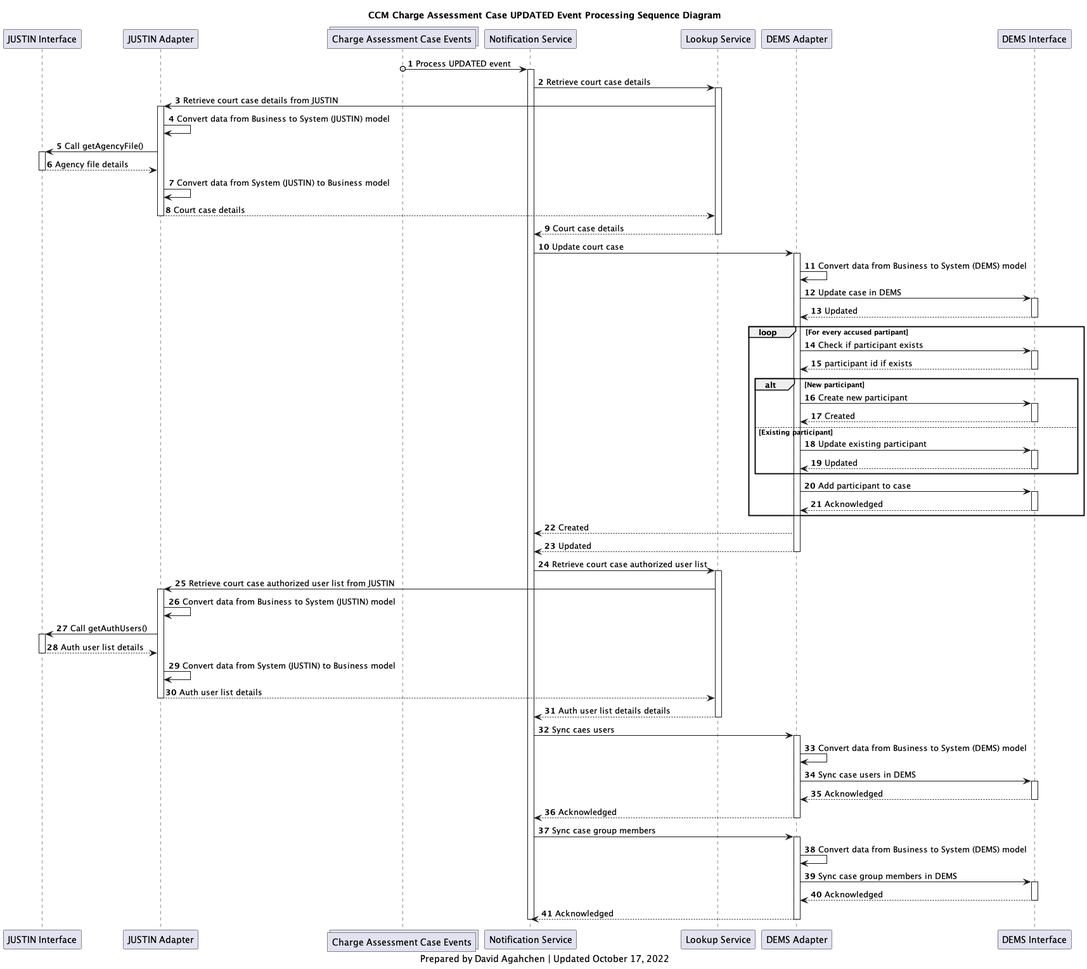
Above: diagrams/img/ccm_charge_assessment_case_updated_processing_sequence_diagram.png in bcgov/jpss-jade-ccm (PlantUML), before the change. The source it was exported from:
```plantuml
@startuml
participant j_interface as "JUSTIN Interface"
participant j_adapter as "JUSTIN Adapter"
collections court_cases_topic as "Charge Assessment Case Events"
participant case_notification_service as "Notification Service"
participant case_lookup_service as "Lookup Service"
participant d_adapter as "DEMS Adapter"
participant d_interface as "DEMS Interface"

title
CCM Charge Assessment Case UPDATED Event Processing Sequence Diagram
end title

autonumber

court_cases_topic o-> case_notification_service : Process UPDATED event
activate case_notification_service
case_notification_service -> case_lookup_service: Retrieve court case details
activate case_lookup_service
case_lookup_service -> j_adapter: Retrieve court case details from JUSTIN

activate j_adapter
j_adapter -> j_adapter: Convert data from Business to System (JUSTIN) model
j_adapter -> j_interface: Call getAgencyFile()
activate j_interface
j_interface --> j_adapter: Agency file details
deactivate j_interface
j_adapter -> j_adapter: Convert data from System (JUSTIN) to Business model
j_adapter --> case_lookup_service: Court case details
deactivate j_adapter

case_lookup_service --> case_notification_service: Court case details
deactivate case_lookup_service
case_notification_service -> d_adapter: Update court case

activate d_adapter
d_adapter -> d_adapter: Convert data from Business to System (DEMS) model
d_adapter -> d_interface: Update case in DEMS
activate d_interface
d_interface --> d_adapter: Updated
deactivate d_interface

loop For every accused partipant
    d_adapter -> d_interface: Check if participant exists
    activate d_interface
    d_interface --> d_adapter: participant id if exists
    deactivate d_interface
    alt New participant
        d_adapter -> d_interface: Create new participant
        activate d_interface
        d_interface --> d_adapter: Created
        deactivate d_interface
    else Existing participant
        d_adapter -> d_interface: Update existing participant
        activate d_interface
        d_interface --> d_adapter: Updated
        deactivate d_interface
    end
    d_adapter -> d_interface: Add participant to case
    activate d_interface
    d_interface --> d_adapter: Acknowledged
    deactivate d_interface
end

d_adapter --> case_notification_service: Created

d_adapter --> case_notification_service: Updated
deactivate d_adapter

case_notification_service -> case_lookup_service: Retrieve court case authorized user list
activate case_lookup_service
case_lookup_service -> j_adapter: Retrieve court case authorized user list from JUSTIN

activate j_adapter
j_adapter -> j_adapter: Convert data from Business to System (JUSTIN) model
j_adapter -> j_interface: Call getAuthUsers()
activate j_interface
j_interface --> j_adapter: Auth user list details
deactivate j_interface
j_adapter -> j_adapter: Convert data from System (JUSTIN) to Business model
j_adapter --> case_lookup_service: Auth user list details
deactivate j_adapter

case_lookup_service --> case_notification_service: Auth user list details details
deactivate case_lookup_service

case_notification_service -> d_adapter: Sync caes users
activate d_adapter
d_adapter -> d_adapter: Convert data from Business to System (DEMS) model
d_adapter -> d_interface: Sync case users in DEMS
activate d_interface
d_interface --> d_adapter: Acknowledged
deactivate d_interface

d_adapter --> case_notification_service: Acknowledged
deactivate d_adapter

case_notification_service -> d_adapter: Sync case group members
activate d_adapter
d_adapter -> d_adapter: Convert data from Business to System (DEMS) model
d_adapter -> d_interface: Sync case group members in DEMS
activate d_interface
d_interface --> d_adapter: Acknowledged
deactivate d_interface
d_adapter --> case_notification_service: Acknowledged
deactivate d_adapter

deactivate case_notification_service

caption
Prepared by David Agahchen | Updated October 17, 2022
end caption
@enduml
```
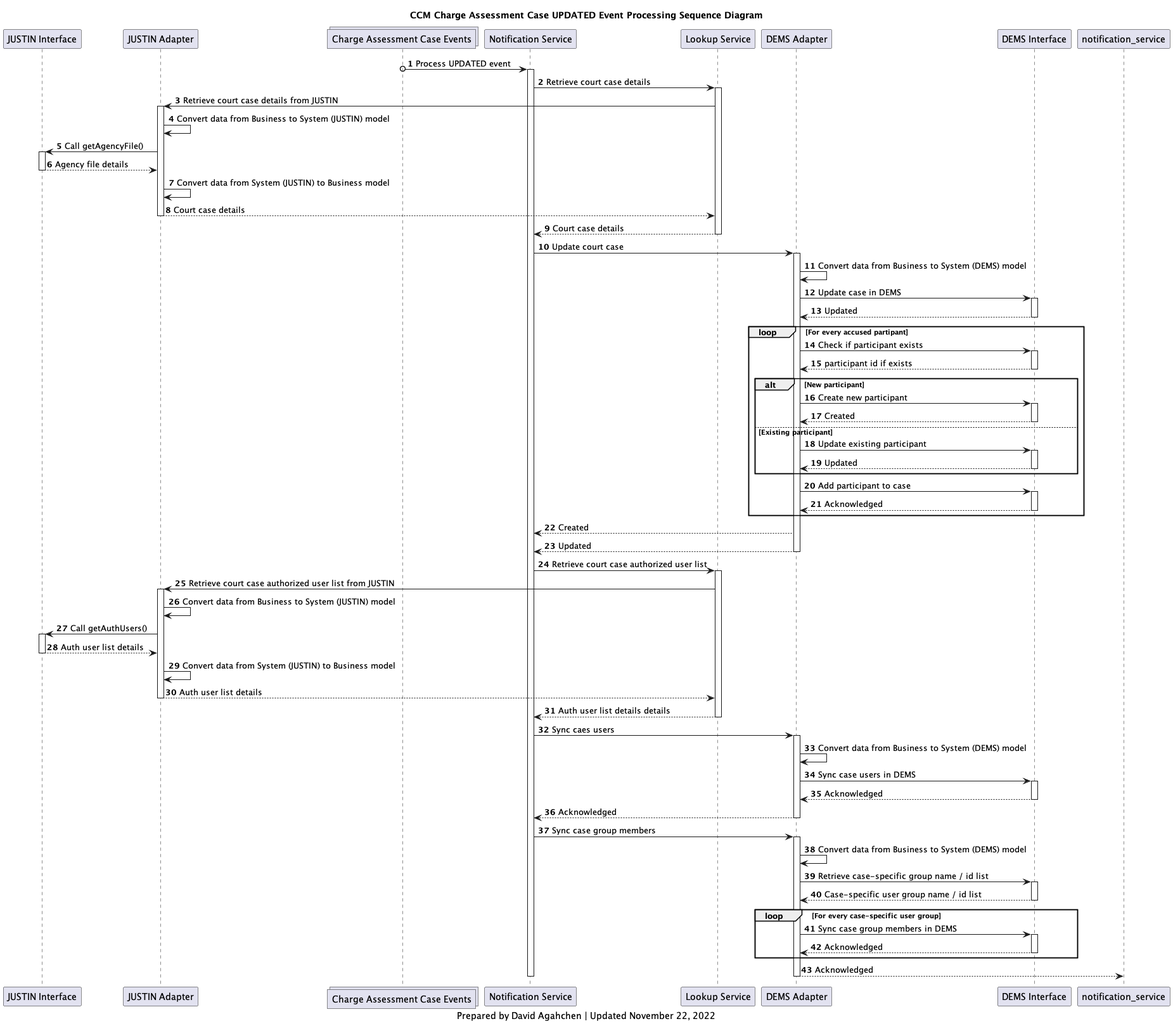
Above is the later version.

The edit, as a diff of the source:
```diff
@@ -98,16 +98,22 @@
 case_notification_service -> d_adapter: Sync case group members
 activate d_adapter
 d_adapter -> d_adapter: Convert data from Business to System (DEMS) model
-d_adapter -> d_interface: Sync case group members in DEMS
+d_adapter -> d_interface: Retrieve case-specific group name / id list
 activate d_interface
-d_interface --> d_adapter: Acknowledged
+d_interface --> d_adapter: Case-specific user group name / id list
 deactivate d_interface
-d_adapter --> case_notification_service: Acknowledged
+loop For every case-specific user group
+    d_adapter -> d_interface: Sync case group members in DEMS
+    activate d_interface
+    d_interface --> d_adapter: Acknowledged
+    deactivate d_interface
+end
+d_adapter --> notification_service: Acknowledged
 deactivate d_adapter
 
 deactivate case_notification_service
 
 caption
-Prepared by David Agahchen | Updated October 17, 2022
+Prepared by David Agahchen | Updated November 22, 2022
 end caption
 @enduml
```
